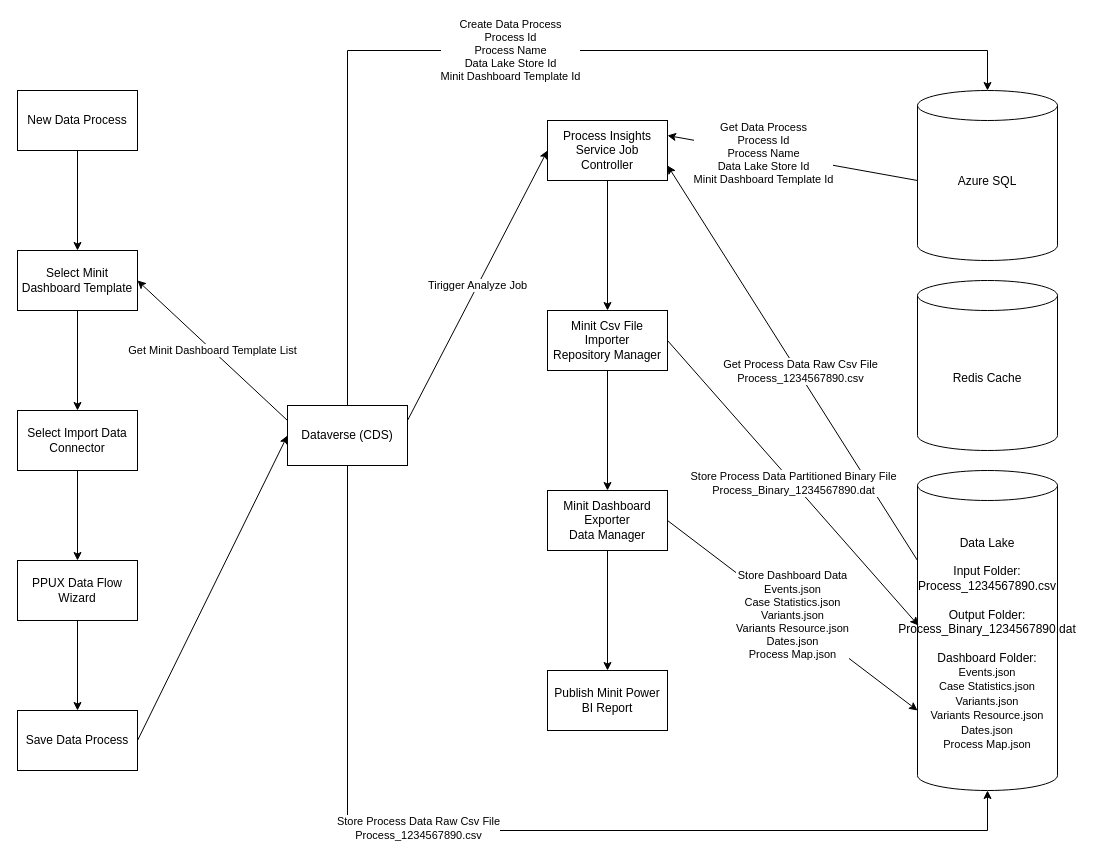
Above: Minit Data Import and Export.drawio in luchenatwork/Diagram (draw.io), before the change. Source tidied: cells renumbered, new cells numbered last; positions are measured from the earlier drawing's top-left corner, leaving out a move shared by most shapes. Both pictures are drawn from the tidied source at 100%, with x=0, y=0 at pixel (17, 50).
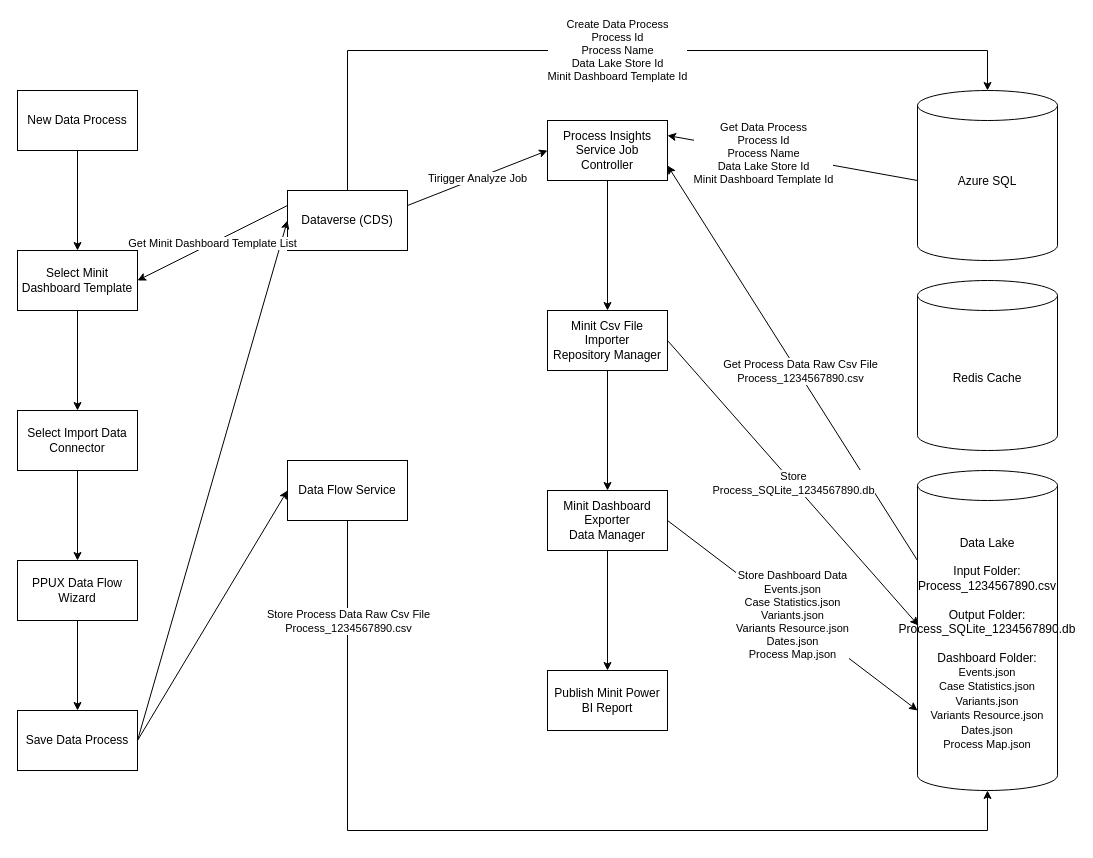
The same diagram, later.

Unchanged cells that the change refers to:
```xml
<mxCell id="11" value="Minit Csv File Importer&lt;br&gt;Repository Manager" style="rounded=0;whiteSpace=wrap;html=1;" parent="1" vertex="1">
  <mxGeometry x="530" y="260" width="120" height="60" as="geometry" />
</mxCell>
<mxCell id="31" value="Save Data Process" style="rounded=0;whiteSpace=wrap;html=1;" parent="1" vertex="1">
  <mxGeometry y="660" width="120" height="60" as="geometry" />
</mxCell>
```

Diff of the diagram source:
```diff
@@
     <mxCell id="3" value="Dataverse (CDS)" style="rounded=0;whiteSpace=wrap;html=1;" parent="1" vertex="1">
-      <mxGeometry x="270" y="355" width="120" height="60" as="geometry" />
+      <mxGeometry x="270" y="140" width="120" height="60" as="geometry" />
     </mxCell>
-    <mxCell id="4" value="Data Lake&lt;br&gt;&lt;br&gt;Input Folder:&lt;br&gt;Process_1234567890.csv&lt;br&gt;&lt;br&gt;Output Folder:&lt;br&gt;Process_Binary_1234567890.dat&lt;br&gt;&lt;br&gt;Dashboard Folder:&lt;br&gt;&lt;span style=&quot;font-size: 11px; background-color: rgb(255, 255, 255);&quot;&gt;Events.json&lt;/span&gt;&lt;br style=&quot;font-size: 11px;&quot;&gt;&lt;span style=&quot;font-size: 11px; background-color: rgb(255, 255, 255);&quot;&gt;Case Statistics.json&lt;/span&gt;&lt;br style=&quot;font-size: 11px;&quot;&gt;&lt;span style=&quot;font-size: 11px; background-color: rgb(255, 255, 255);&quot;&gt;Variants.json&lt;/span&gt;&lt;br style=&quot;font-size: 11px;&quot;&gt;&lt;span style=&quot;font-size: 11px; background-color: rgb(255, 255, 255);&quot;&gt;Variants Resource.json&lt;/span&gt;&lt;br style=&quot;font-size: 11px;&quot;&gt;&lt;span style=&quot;font-size: 11px; background-color: rgb(255, 255, 255);&quot;&gt;Dates.json&lt;/span&gt;&lt;br style=&quot;font-size: 11px;&quot;&gt;&lt;span style=&quot;font-size: 11px; background-color: rgb(255, 255, 255);&quot;&gt;Process Map.json&lt;/span&gt;" style="shape=cylinder3;whiteSpace=wrap;html=1;boundedLbl=1;backgroundOutline=1;size=15;" parent="1" vertex="1">
+    <mxCell id="4" value="Data Lake&lt;br&gt;&lt;br&gt;Input Folder:&lt;br&gt;Process_1234567890.csv&lt;br&gt;&lt;br&gt;Output Folder:&lt;br&gt;Process_SQLite_1234567890.db&lt;br&gt;&lt;br&gt;Dashboard Folder:&lt;br&gt;&lt;span style=&quot;font-size: 11px; background-color: rgb(255, 255, 255);&quot;&gt;Events.json&lt;/span&gt;&lt;br style=&quot;font-size: 11px;&quot;&gt;&lt;span style=&quot;font-size: 11px; background-color: rgb(255, 255, 255);&quot;&gt;Case Statistics.json&lt;/span&gt;&lt;br style=&quot;font-size: 11px;&quot;&gt;&lt;span style=&quot;font-size: 11px; background-color: rgb(255, 255, 255);&quot;&gt;Variants.json&lt;/span&gt;&lt;br style=&quot;font-size: 11px;&quot;&gt;&lt;span style=&quot;font-size: 11px; background-color: rgb(255, 255, 255);&quot;&gt;Variants Resource.json&lt;/span&gt;&lt;br style=&quot;font-size: 11px;&quot;&gt;&lt;span style=&quot;font-size: 11px; background-color: rgb(255, 255, 255);&quot;&gt;Dates.json&lt;/span&gt;&lt;br style=&quot;font-size: 11px;&quot;&gt;&lt;span style=&quot;font-size: 11px; background-color: rgb(255, 255, 255);&quot;&gt;Process Map.json&lt;/span&gt;" style="shape=cylinder3;whiteSpace=wrap;html=1;boundedLbl=1;backgroundOutline=1;size=15;" parent="1" vertex="1">
       <mxGeometry x="900" y="420" width="140" height="320" as="geometry" />
     </mxCell>
@@
-    <mxCell id="7" style="endArrow=classic;html=1;rounded=0;entryX=0.5;entryY=1;entryDx=0;entryDy=0;entryPerimeter=0;exitX=0.5;exitY=1;exitDx=0;exitDy=0;edgeStyle=orthogonalEdgeStyle;" parent="1" edge="1" source="3" target="4">
+    <mxCell id="7" style="endArrow=classic;html=1;rounded=0;entryX=0.5;entryY=1;entryDx=0;entryDy=0;entryPerimeter=0;exitX=0.5;exitY=1;exitDx=0;exitDy=0;edgeStyle=orthogonalEdgeStyle;startArrow=none;" parent="1" edge="1" source="34" target="4">
       <mxGeometry relative="1" as="geometry">
         <Array as="points">
           <mxPoint x="330" y="780" />
           <mxPoint x="970" y="780" />
         </Array>
       </mxGeometry>
     </mxCell>
-    <mxCell id="8" value="Store Process Data Raw Csv File&lt;br&gt;Process_1234567890.csv" style="edgeLabel;html=1;align=center;verticalAlign=middle;" parent="7" vertex="1">
-      <mxGeometry x="-0.17" y="3" relative="1" as="geometry">
-        <mxPoint x="1" as="offset" />
-      </mxGeometry>
-    </mxCell>
@@
-    <mxCell id="25" value="Store Process Data Partitioned Binary File&lt;br&gt;Process_Binary_1234567890.dat" style="endArrow=classic;html=1;rounded=0;entryX=0;entryY=0.5;entryDx=0;entryDy=0;entryPerimeter=0;exitX=1;exitY=0.5;exitDx=0;exitDy=0;" parent="1" edge="1" source="11">
+    <mxCell id="25" value="Store&lt;br&gt;Process_SQLite_1234567890.db" style="endArrow=classic;html=1;rounded=0;entryX=0;entryY=0.5;entryDx=0;entryDy=0;entryPerimeter=0;exitX=1;exitY=0.5;exitDx=0;exitDy=0;" parent="1" edge="1" source="11">
       <mxGeometry relative="1" as="geometry">
         <mxPoint x="901" y="575" as="targetPoint" />
       </mxGeometry>
     </mxCell>
@@
+    <mxCell id="34" value="Data Flow Service" style="rounded=0;whiteSpace=wrap;html=1;" parent="1" vertex="1">
+      <mxGeometry x="270" y="410" width="120" height="60" as="geometry" />
+    </mxCell>
+    <mxCell id="35" style="endArrow=none;html=1;rounded=0;entryX=0.5;entryY=1;entryDx=0;entryDy=0;entryPerimeter=0;edgeStyle=orthogonalEdgeStyle;" parent="1" edge="1" target="34">
+      <mxGeometry relative="1" as="geometry">
+        <mxPoint x="330" y="470" as="sourcePoint" />
+      </mxGeometry>
+    </mxCell>
+    <mxCell id="8" value="Store Process Data Raw Csv File&lt;br&gt;Process_1234567890.csv" style="edgeLabel;html=1;align=center;verticalAlign=middle;" parent="35" vertex="1">
+      <mxGeometry x="-0.17" y="3" relative="1" as="geometry">
+        <mxPoint y="100" as="offset" />
+      </mxGeometry>
+    </mxCell>
+    <mxCell id="36" style="endArrow=classic;html=1;rounded=0;entryX=0;entryY=0.5;entryDx=0;entryDy=0;exitX=1;exitY=0.5;exitDx=0;exitDy=0;" parent="1" edge="1" source="31" target="34">
+      <mxGeometry relative="1" as="geometry" />
+    </mxCell>
```
